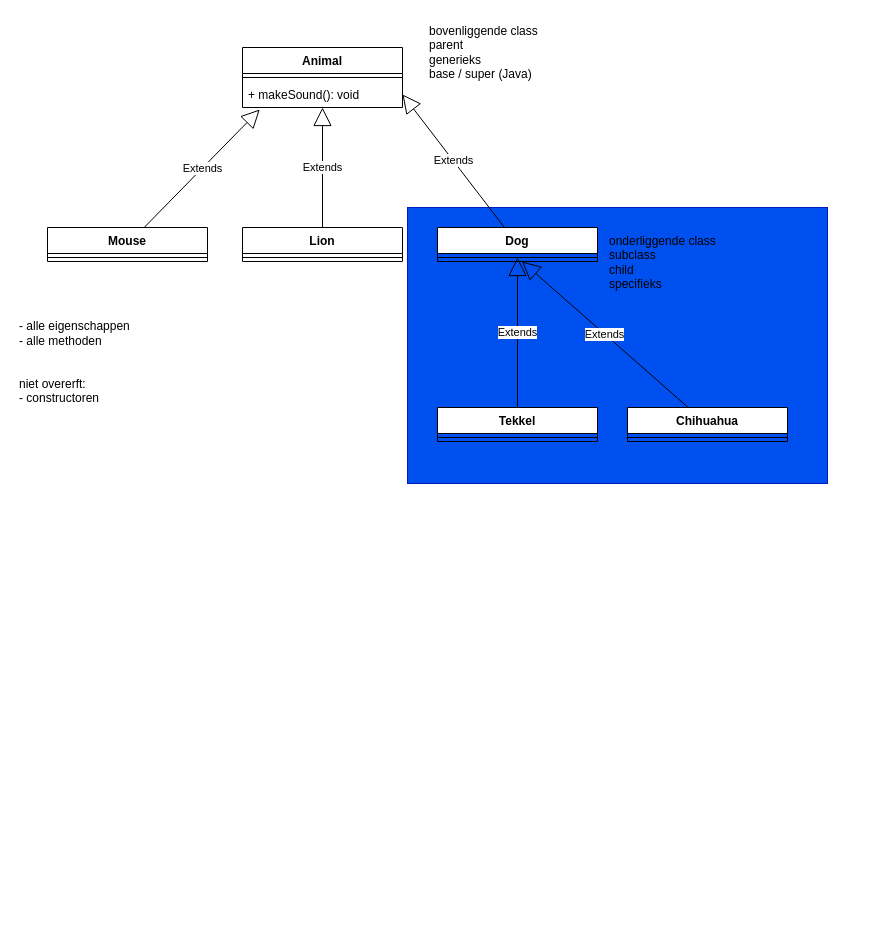
Before: page "Inheritance" (7 of 8) of tekeningetjes.drawio in RaoulRoblesdeMedina/oocs-2021-07, a draw.io diagram. Source tidied: cells renumbered, new cells numbered last; positions are measured from the earlier drawing's top-left corner, leaving out a move shared by most shapes. Both pictures are drawn from the tidied source at 100%, with x=0, y=0 at pixel (17, 17).
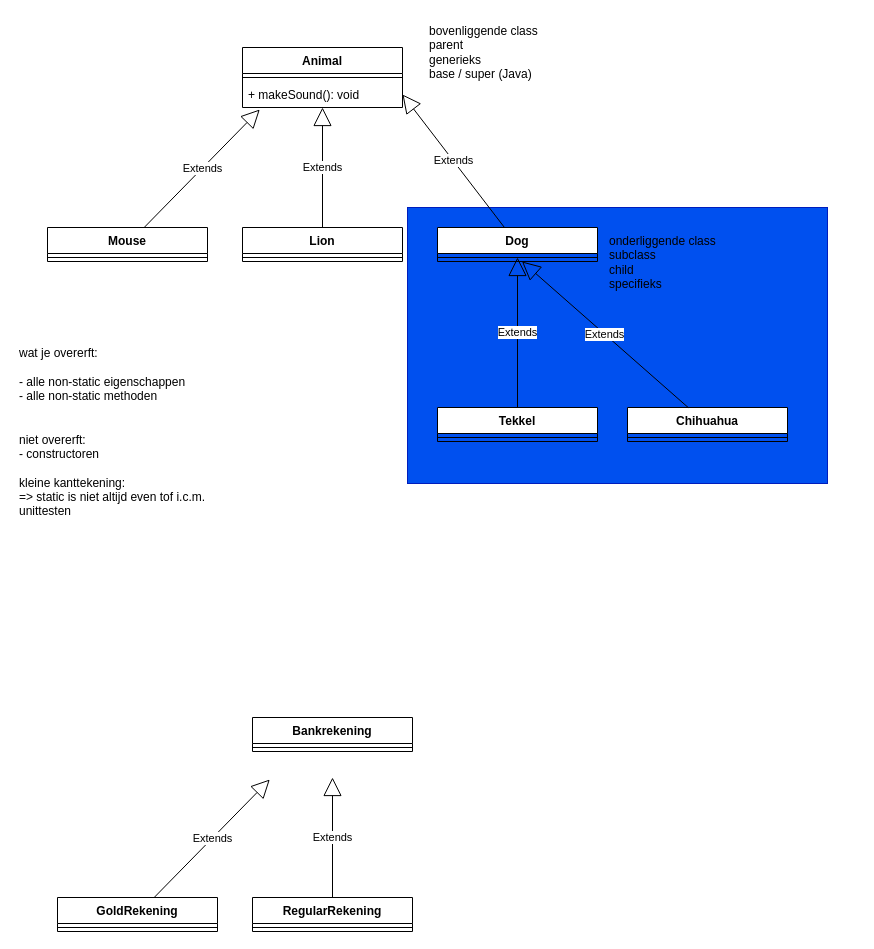
The same diagram, later.

Diff of the diagram source:
```diff
@@
-    <mxCell id="23" value="- alle eigenschappen&lt;br&gt;- alle methoden&lt;br&gt;&lt;br&gt;&lt;br&gt;niet overerft:&lt;br&gt;- constructoren" style="text;html=1;strokeColor=none;fillColor=none;align=left;verticalAlign=middle;whiteSpace=wrap;rounded=0;" parent="1" vertex="1">
-      <mxGeometry y="300" width="240" height="90" as="geometry" />
+    <mxCell id="23" value="wat je overerft:&lt;br&gt;&lt;br&gt;- alle non-static eigenschappen&lt;br&gt;- alle non-static&amp;nbsp;methoden&lt;br&gt;&lt;br&gt;&lt;br&gt;niet overerft:&lt;br&gt;- constructoren&lt;br&gt;&lt;br&gt;kleine kanttekening:&lt;br&gt;=&amp;gt; static is niet altijd even tof i.c.m. unittesten" style="text;html=1;strokeColor=none;fillColor=none;align=left;verticalAlign=middle;whiteSpace=wrap;rounded=0;" parent="1" vertex="1">
+      <mxGeometry y="300" width="240" height="230" as="geometry" />
     </mxCell>
+    <mxCell id="24" value="Bankrekening" style="swimlane;fontStyle=1;align=center;verticalAlign=top;horizontal=1;startSize=26;" parent="1" vertex="1">
+      <mxGeometry x="235" y="700" width="160" height="34" as="geometry" />
+    </mxCell>
+    <mxCell id="25" style="line;strokeWidth=1;fillColor=none;align=left;verticalAlign=middle;spacingTop=-1;spacingLeft=3;spacingRight=3;labelPosition=right;" parent="24" vertex="1">
+      <mxGeometry y="26" width="160" height="8" as="geometry" />
+    </mxCell>
+    <mxCell id="26" value="GoldRekening" style="swimlane;fontStyle=1;align=center;verticalAlign=top;horizontal=1;startSize=26;" parent="1" vertex="1">
+      <mxGeometry x="40" y="880" width="160" height="34" as="geometry" />
+    </mxCell>
+    <mxCell id="27" style="line;strokeWidth=1;fillColor=none;align=left;verticalAlign=middle;spacingTop=-1;spacingLeft=3;spacingRight=3;labelPosition=right;" parent="26" vertex="1">
+      <mxGeometry y="26" width="160" height="8" as="geometry" />
+    </mxCell>
+    <mxCell id="28" value="RegularRekening" style="swimlane;fontStyle=1;align=center;verticalAlign=top;horizontal=1;startSize=26;" parent="1" vertex="1">
+      <mxGeometry x="235" y="880" width="160" height="34" as="geometry" />
+    </mxCell>
+    <mxCell id="29" style="line;strokeWidth=1;fillColor=none;align=left;verticalAlign=middle;spacingTop=-1;spacingLeft=3;spacingRight=3;labelPosition=right;" parent="28" vertex="1">
+      <mxGeometry y="26" width="160" height="8" as="geometry" />
+    </mxCell>
+    <mxCell id="30" value="Extends" style="endArrow=block;endSize=16;endFill=0;html=1;entryX=0.108;entryY=1.077;entryDx=0;entryDy=0;entryPerimeter=0;" parent="1" edge="1" source="26">
+      <mxGeometry relative="1" as="geometry">
+        <mxPoint x="252.3" y="762" as="targetPoint" />
+      </mxGeometry>
+    </mxCell>
+    <mxCell id="31" value="Extends" style="endArrow=block;endSize=16;endFill=0;html=1;" parent="1" edge="1" source="28">
+      <mxGeometry relative="1" as="geometry">
+        <mxPoint x="315" y="760" as="targetPoint" />
+      </mxGeometry>
+    </mxCell>
```
